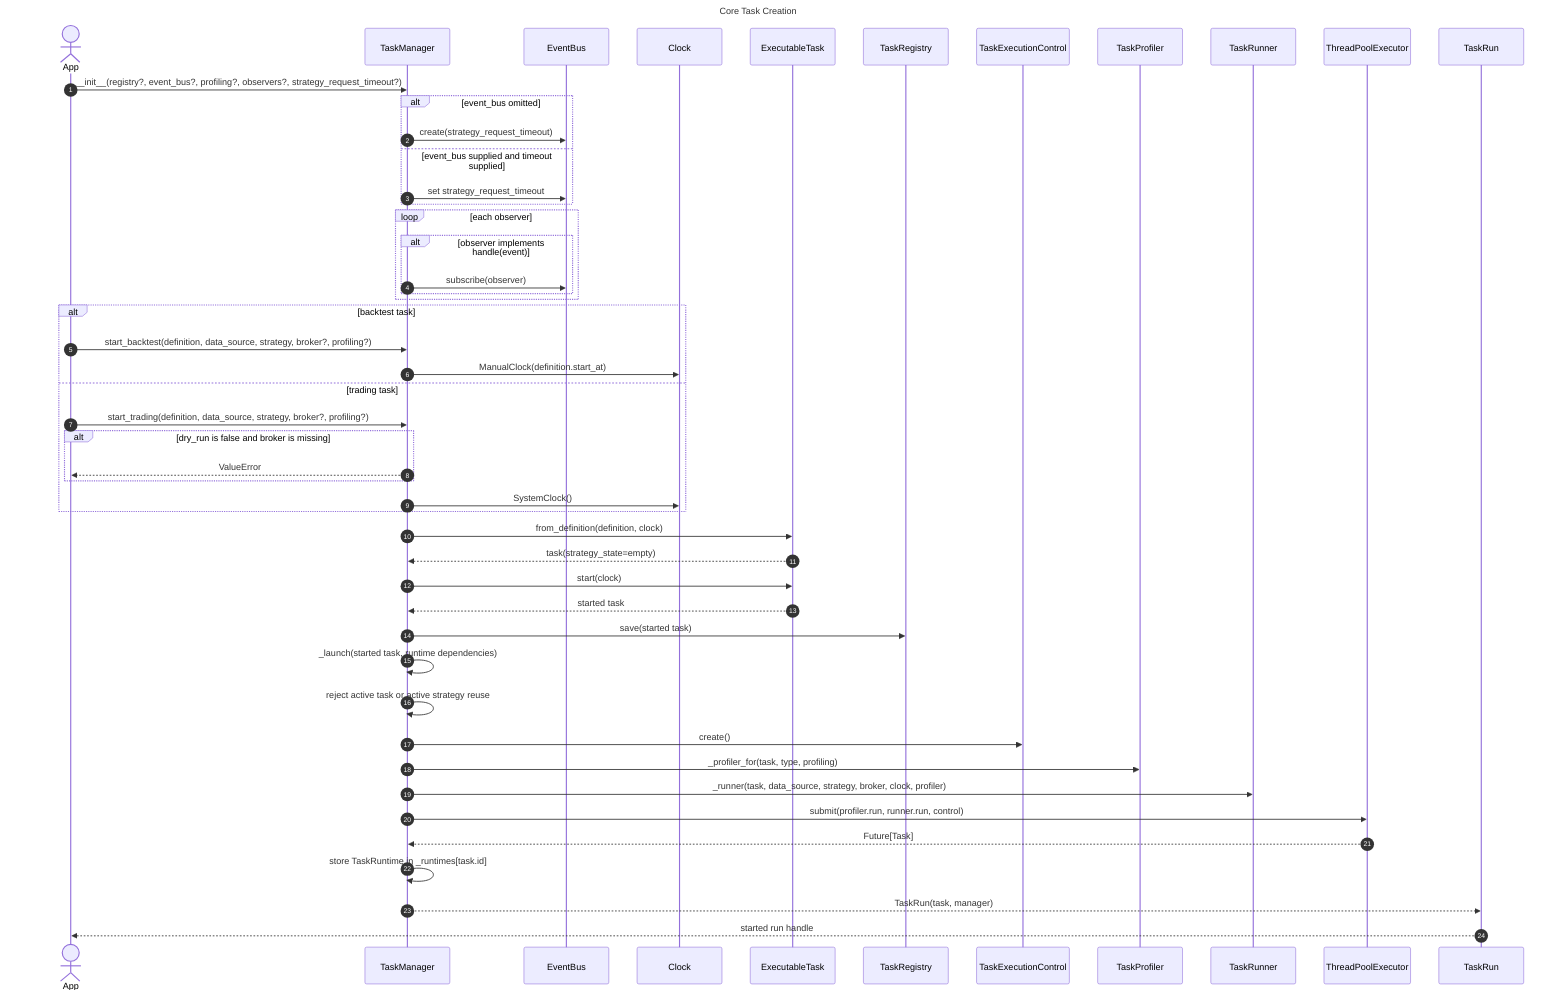
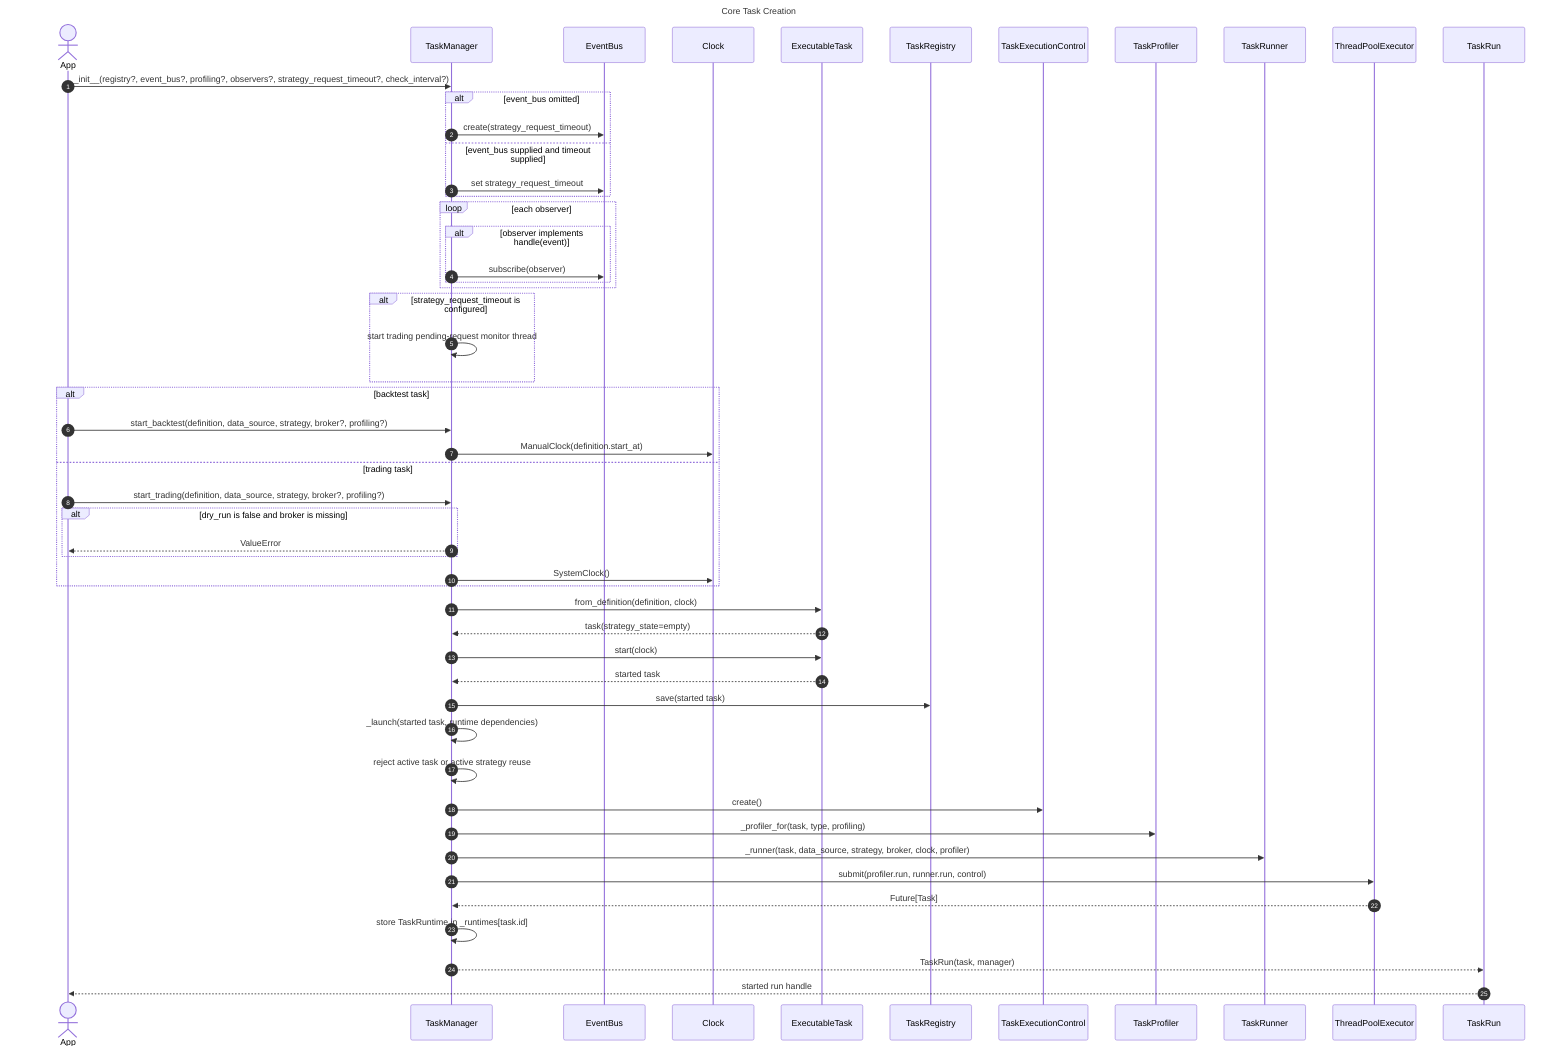
sequenceDiagram
    title Core Task Creation
    autonumber

    actor App
    participant Manager as TaskManager
    participant Bus as EventBus
    participant Clock as Clock
    participant Task as ExecutableTask
    participant Registry as TaskRegistry
    participant Control as TaskExecutionControl
    participant Profiler as TaskProfiler
    participant Runner as TaskRunner
    participant Pool as ThreadPoolExecutor
    participant Run as TaskRun

-     App->>Manager: __init__(registry?, event_bus?, profiling?, observers?, strategy_request_timeout?)
+     App->>Manager: __init__(registry?, event_bus?, profiling?, observers?, strategy_request_timeout?, check_interval?)
    alt event_bus omitted
        Manager->>Bus: create(strategy_request_timeout)
    else event_bus supplied and timeout supplied
        Manager->>Bus: set strategy_request_timeout
    end
    loop each observer
        alt observer implements handle(event)
            Manager->>Bus: subscribe(observer)
        end
+     end
+     alt strategy_request_timeout is configured
+         Manager->>Manager: start trading pending-request monitor thread
    end

    alt backtest task
        App->>Manager: start_backtest(definition, data_source, strategy, broker?, profiling?)
        Manager->>Clock: ManualClock(definition.start_at)
    else trading task
        App->>Manager: start_trading(definition, data_source, strategy, broker?, profiling?)
        alt dry_run is false and broker is missing
            Manager-->>App: ValueError
        end
        Manager->>Clock: SystemClock()
    end

    Manager->>Task: from_definition(definition, clock)
    Task-->>Manager: task(strategy_state=empty)
    Manager->>Task: start(clock)
    Task-->>Manager: started task
    Manager->>Registry: save(started task)

    Manager->>Manager: _launch(started task, runtime dependencies)
    Manager->>Manager: reject active task or active strategy reuse
    Manager->>Control: create()
    Manager->>Profiler: _profiler_for(task, type, profiling)
    Manager->>Runner: _runner(task, data_source, strategy, broker, clock, profiler)
    Manager->>Pool: submit(profiler.run, runner.run, control)
    Pool-->>Manager: Future[Task]
    Manager->>Manager: store TaskRuntime in _runtimes[task.id]

    Manager-->>Run: TaskRun(task, manager)
    Run-->>App: started run handle
